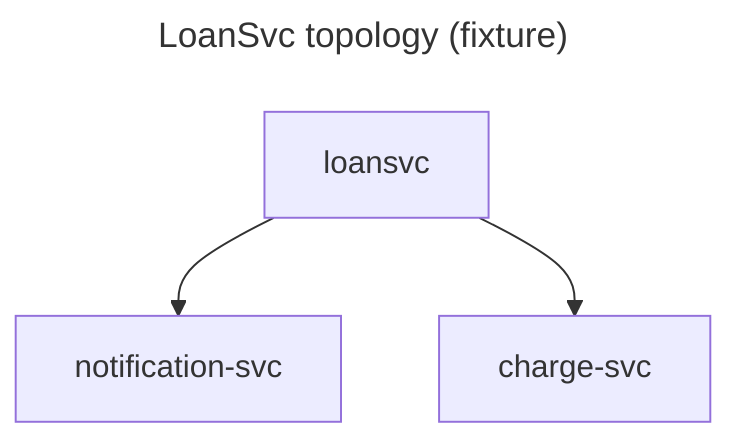
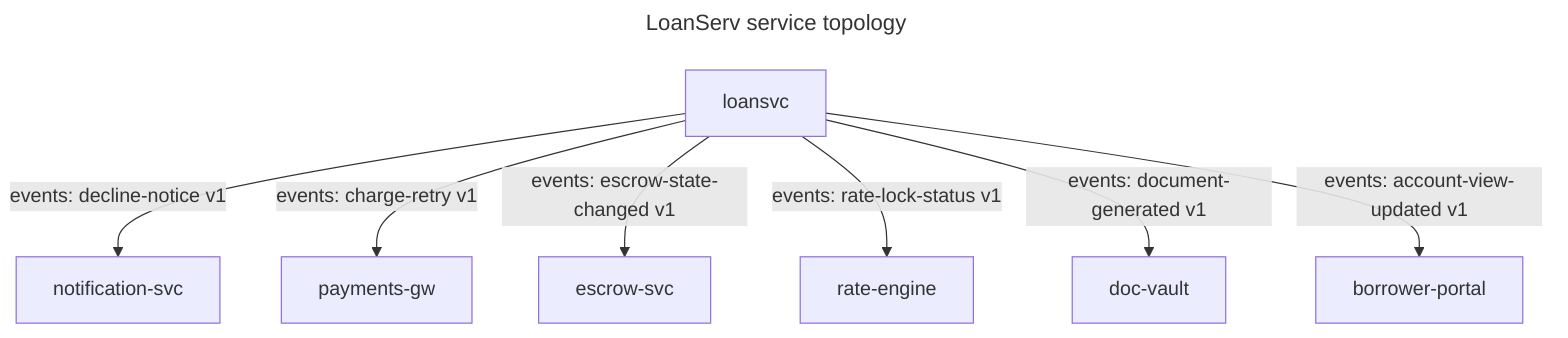
---
id: diagram/loansvc-topology
kind: diagram
- title: "LoanSvc topology (fixture)"
+ title: "LoanServ service topology"
status: active
owners: [platform-team]
links:
  - { type: derived-from, ref: spec/store-layout-notes }
+   - { type: depends-on, ref: adr/0005-event-schema-registry }
---
graph TD
-   loansvc --> notification-svc
-   loansvc --> charge-svc
+   loansvc -->|events: decline-notice v1| notification-svc
+   loansvc -->|events: charge-retry v1| payments-gw
+   loansvc -->|events: escrow-state-changed v1| escrow-svc
+   loansvc -->|events: rate-lock-status v1| rate-engine
+   loansvc -->|events: document-generated v1| doc-vault
+   loansvc -->|events: account-view-updated v1| borrower-portal
